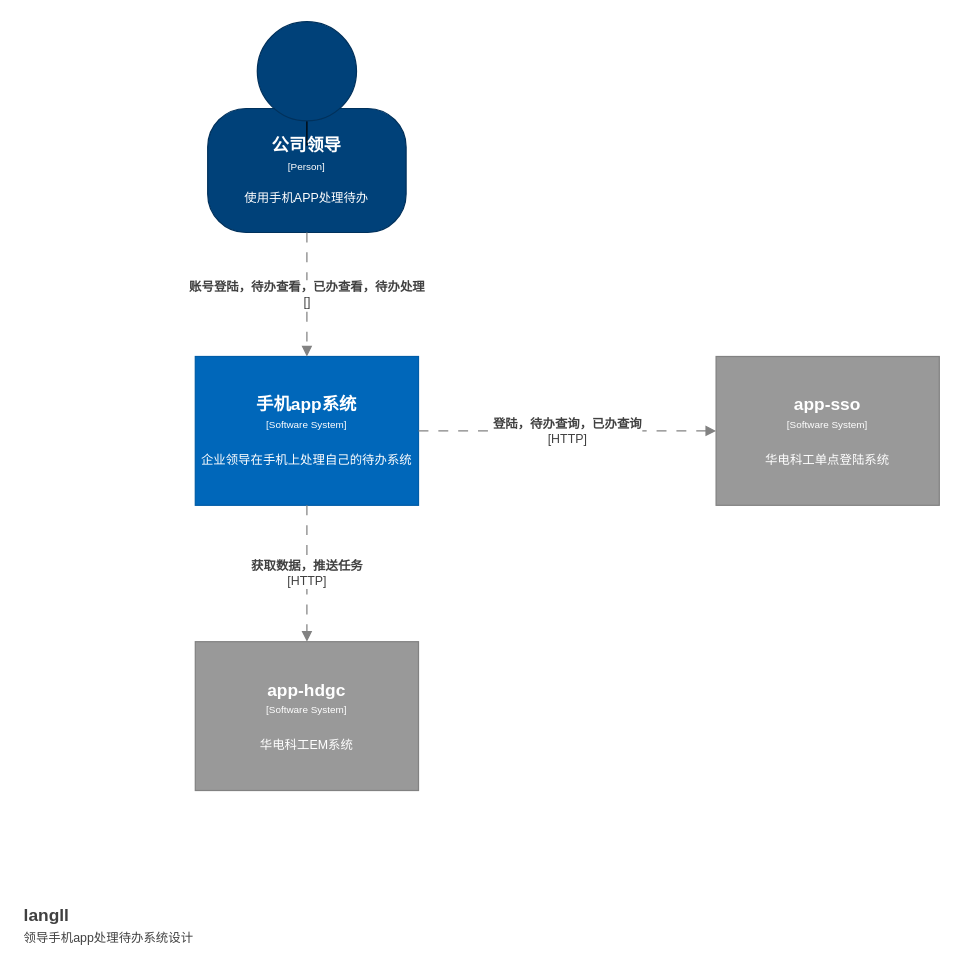
lang-CN/vuetest keeps this draw.io diagram as page "SystemContext" (1 of 2) of Untitled Diagram.drawio. Above is the earlier version. Source tidied: cells renumbered, new cells numbered last; positions are measured from the earlier drawing's top-left corner, leaving out a move shared by most shapes. Both pictures are drawn from the tidied source at 124%, with x=0, y=0 at pixel (21, 21).
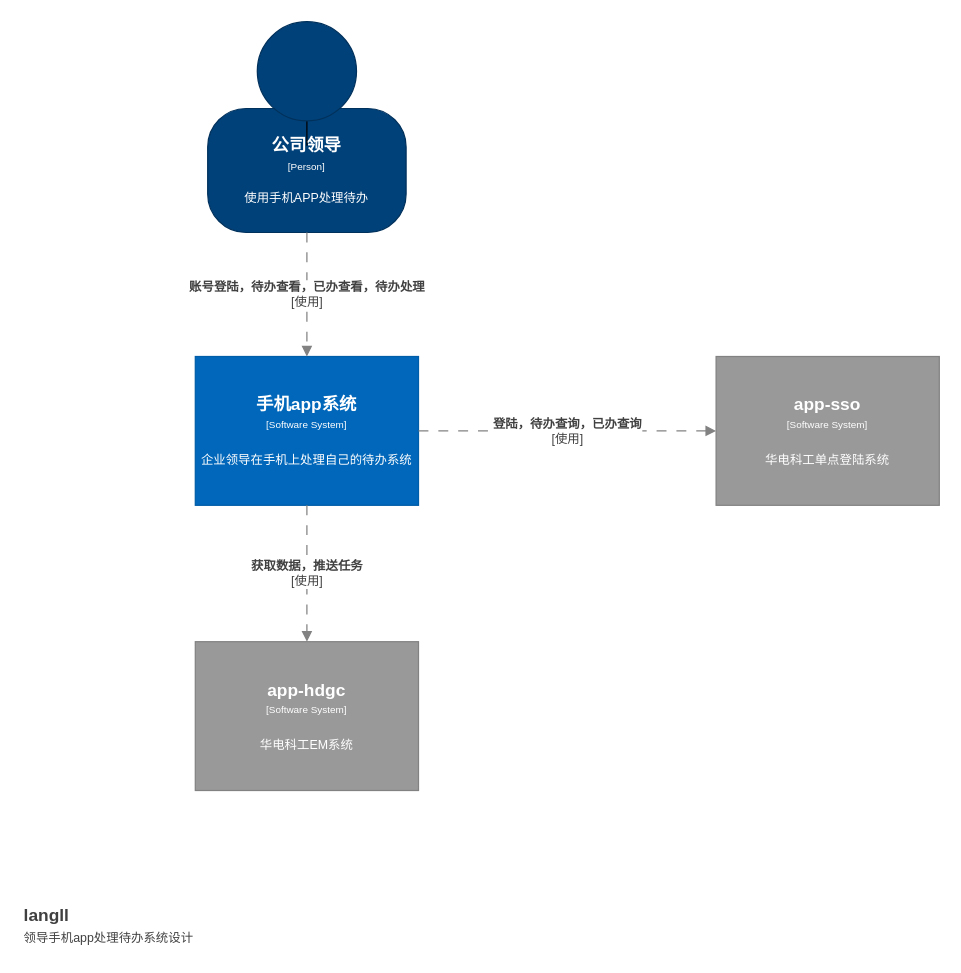
Above is the later version.

Change to the diagram source:
```diff
@@
 <mxGraphModel>
   <root>
     <mxCell id="0" />
     <mxCell id="1" parent="0" />
     <mxCell id="2" style="group;" parent="1" vertex="1">
       <mxGeometry x="150" width="160" height="170" as="geometry" />
     </mxCell>
     <object id="3" label="&lt;div style=&quot;color: rgb(255 , 255 , 255) ; white-space: normal&quot;&gt;&lt;span style=&quot;font-size: 14px&quot;&gt;&lt;b&gt;%name%&lt;/b&gt;&lt;/span&gt;&lt;/div&gt;&lt;div style=&quot;color: rgb(255 , 255 , 255) ; white-space: normal&quot;&gt;&lt;font style=&quot;font-size: 8px&quot;&gt;[Person]&lt;/font&gt;&lt;/div&gt;&lt;div style=&quot;color: rgb(255 , 255 , 255) ; white-space: normal ; font-size: 8px&quot;&gt;&lt;span style=&quot;font-size: x-small&quot;&gt;&lt;br&gt;&lt;/span&gt;&lt;/div&gt;&lt;div style=&quot;color: rgb(255 , 255 , 255) ; white-space: normal&quot;&gt;&lt;font size=&quot;1&quot;&gt;%description%&lt;/font&gt;&lt;/div&gt;" description="使用手机APP处理待办" name="公司领导" placeholders="1">
       <mxCell style="rounded=1;whiteSpace=wrap;html=1;strokeColor=#00315C;fillColor=#004179;fontColor=#000000;arcSize=31;" parent="2" vertex="1">
         <mxGeometry y="70" width="160" height="100" as="geometry" />
       </mxCell>
     </object>
     <mxCell id="4" style="edgeStyle=orthogonalEdgeStyle;rounded=0;jettySize=auto;html=1;exitX=0.5;exitY=1;exitDx=0;exitDy=0;" parent="2" edge="1" source="5" target="3">
       <mxGeometry relative="1" as="geometry" />
     </mxCell>
     <mxCell id="5" style="ellipse;whiteSpace=wrap;html=1;strokeColor=#00315C;fillColor=#004179;fontColor=#000000;" parent="2" vertex="1">
       <mxGeometry x="40" width="80" height="80" as="geometry" />
     </mxCell>
     <object id="6" label="&lt;div&gt;&lt;span style=&quot;font-size: 14px&quot;&gt;&lt;b&gt;%name%&lt;/b&gt;&lt;/span&gt;&lt;/div&gt;&lt;div&gt;&lt;span style=&quot;font-size: 8px&quot;&gt;[Software System&lt;/span&gt;&lt;span style=&quot;font-size: 8px&quot;&gt;]&lt;/span&gt;&lt;/div&gt;&lt;div&gt;&lt;span style=&quot;font-size: 8px&quot;&gt;&lt;br&gt;&lt;/span&gt;&lt;/div&gt;&lt;div&gt;&lt;font size=&quot;1&quot;&gt;%description%&lt;/font&gt;&lt;/div&gt;" description="华电科工单点登陆系统" name="app-sso" placeholders="1">
       <mxCell style="rounded=0;whiteSpace=wrap;html=1;fillColor=#999999;fontColor=#FFFFFF;strokeColor=#828282;" parent="1" vertex="1">
         <mxGeometry x="560" y="270" width="180" height="120" as="geometry" />
       </mxCell>
     </object>
     <object id="7" label="&lt;div&gt;&lt;span style=&quot;font-size: 14px&quot;&gt;&lt;b&gt;%name%&lt;/b&gt;&lt;/span&gt;&lt;/div&gt;&lt;div&gt;&lt;span style=&quot;font-size: 8px&quot;&gt;[Software System&lt;/span&gt;&lt;span style=&quot;font-size: 8px&quot;&gt;]&lt;/span&gt;&lt;/div&gt;&lt;div&gt;&lt;span style=&quot;font-size: 8px&quot;&gt;&lt;br&gt;&lt;/span&gt;&lt;/div&gt;&lt;div&gt;&lt;font size=&quot;1&quot;&gt;%description%&lt;/font&gt;&lt;/div&gt;" description="华电科工EM系统" name="app-hdgc" placeholders="1">
       <mxCell style="rounded=0;whiteSpace=wrap;html=1;fillColor=#999999;fontColor=#FFFFFF;strokeColor=#828282;" parent="1" vertex="1">
         <mxGeometry x="140" y="500" width="180" height="120" as="geometry" />
       </mxCell>
     </object>
     <object id="8" label="&lt;div&gt;&lt;span style=&quot;font-size: 14px&quot;&gt;&lt;b&gt;%name%&lt;/b&gt;&lt;/span&gt;&lt;/div&gt;&lt;div&gt;&lt;span style=&quot;font-size: 8px&quot;&gt;[Software System]&lt;/span&gt;&lt;/div&gt;&lt;div&gt;&lt;span style=&quot;font-size: 8px&quot;&gt;&lt;br&gt;&lt;/span&gt;&lt;/div&gt;&lt;div&gt;&lt;font size=&quot;1&quot;&gt;%description%&lt;/font&gt;&lt;/div&gt;" description="企业领导在手机上处理自己的待办系统" name="手机app系统" placeholders="1">
       <mxCell style="rounded=0;whiteSpace=wrap;html=1;fillColor=#0067BA;fontColor=#FFFFFF;strokeColor=#005DA8;" parent="1" vertex="1">
         <mxGeometry x="140" y="270" width="180" height="120" as="geometry" />
       </mxCell>
     </object>
     <object id="9" label="%name%&lt;br style=&quot;font-size: 10px&quot;&gt;&lt;font size=&quot;1&quot;&gt;&lt;span style=&quot;font-weight: 400&quot;&gt;%description%&lt;/span&gt;&lt;/font&gt;" description="领导手机app处理待办系统设计" name="langll" placeholders="1">
       <mxCell style="text;html=1;align=left;verticalAlign=top;spacingTop=-4;fontSize=14;fontColor=#404040;fontStyle=1;" parent="1" vertex="1">
         <mxGeometry y="710" width="110" height="40" as="geometry" />
       </mxCell>
     </object>
-    <object id="10" label="&lt;b&gt;%name%&lt;/b&gt;&lt;br style=&quot;font-size: 10px&quot;&gt;[%technology%]" name="登陆，待办查询，已办查询" placeholders="1" technology="HTTP">
+    <object id="10" label="&lt;b&gt;%name%&lt;/b&gt;&lt;br style=&quot;font-size: 10px&quot;&gt;[%technology%]" name="登陆，待办查询，已办查询" placeholders="1" technology="使用">
       <mxCell style="endArrow=block;html=1;fontSize=10;fontColor=#404040;strokeWidth=1;endFill=1;dashed=1;dashPattern=8 8;strokeColor=#828282;elbow=vertical;exitX=1;exitY=0.5;exitDx=0;exitDy=0;" parent="1" edge="1" source="8" target="6">
         <mxGeometry relative="1" as="geometry" />
       </mxCell>
     </object>
-    <object id="11" label="&lt;b&gt;%name%&lt;/b&gt;&lt;br style=&quot;font-size: 10px&quot;&gt;[%technology%]" name="获取数据，推送任务" placeholders="1" technology="HTTP">
+    <object id="11" label="&lt;b&gt;%name%&lt;/b&gt;&lt;br style=&quot;font-size: 10px&quot;&gt;[%technology%]" name="获取数据，推送任务" placeholders="1" technology="使用">
       <mxCell style="endArrow=block;html=1;fontSize=10;fontColor=#404040;strokeWidth=1;endFill=1;dashed=1;dashPattern=8 8;strokeColor=#828282;elbow=vertical;exitX=0.5;exitY=1;exitDx=0;exitDy=0;" parent="1" edge="1" source="8" target="7">
         <mxGeometry relative="1" as="geometry" />
       </mxCell>
     </object>
-    <object id="12" label="&lt;b&gt;%name%&lt;/b&gt;&lt;br style=&quot;font-size: 10px&quot;&gt;[%technology%]" name="账号登陆，待办查看，已办查看，待办处理" placeholders="1" technology="">
+    <object id="12" label="&lt;b&gt;%name%&lt;/b&gt;&lt;br style=&quot;font-size: 10px&quot;&gt;[%technology%]" name="账号登陆，待办查看，已办查看，待办处理" placeholders="1" technology="使用">
       <mxCell style="endArrow=block;html=1;fontSize=10;fontColor=#404040;strokeWidth=1;endFill=1;dashed=1;dashPattern=8 8;strokeColor=#828282;elbow=vertical;exitX=0.5;exitY=1;exitDx=0;exitDy=0;" parent="1" edge="1" source="3" target="8">
         <mxGeometry relative="1" as="geometry" />
       </mxCell>
     </object>
   </root>
 </mxGraphModel>
```
